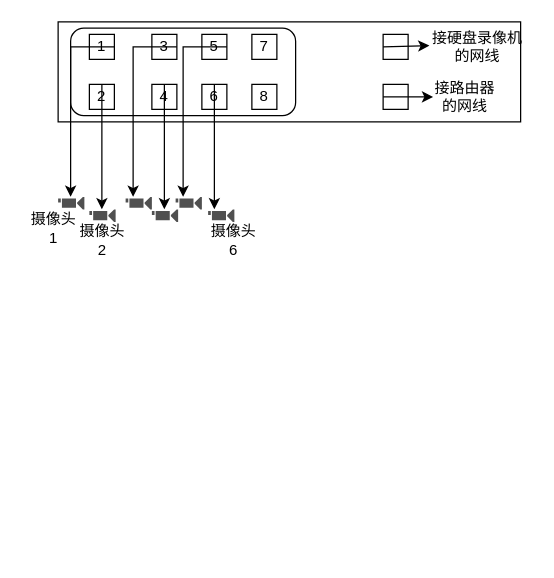
UTOUUCENTER-CD/Wendy-of-Docs keeps this draw.io diagram as 习惯的养成.drawio. Above is the earlier version. Source tidied: cells renumbered, new cells numbered last; positions are measured from the earlier drawing's top-left corner, leaving out a move shared by most shapes. Both pictures are drawn from the tidied source at 125%, with x=0, y=0 at pixel (21, 21).
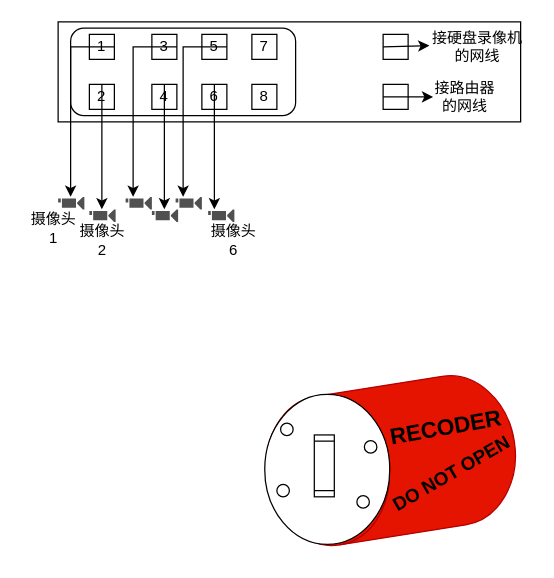
Above is the later version.

Commit message:
Update 习惯的养成.drawio

Diff of the diagram source:
```diff
@@
+    <mxCell id="33" style="shape=cylinder3;whiteSpace=wrap;html=1;boundedLbl=1;backgroundOutline=1;size=48.9200607672401;rotation=-99;fillColor=#e51400;fontColor=#ffffff;strokeColor=#B20000;" parent="1" vertex="1">
+      <mxGeometry x="235" y="251" width="120.3" height="200" as="geometry" />
+    </mxCell>
+    <mxCell id="34" style="ellipse;whiteSpace=wrap;html=1;rotation=90;" parent="1" vertex="1">
+      <mxGeometry x="184.3" y="308" width="120" height="100" as="geometry" />
+    </mxCell>
+    <mxCell id="35" style="ellipse;whiteSpace=wrap;html=1;" parent="1" vertex="1">
+      <mxGeometry x="204" y="370" width="10" height="10" as="geometry" />
+    </mxCell>
+    <mxCell id="36" style="ellipse;whiteSpace=wrap;html=1;" parent="1" vertex="1">
+      <mxGeometry x="207" y="321" width="10" height="10" as="geometry" />
+    </mxCell>
+    <mxCell id="37" style="ellipse;whiteSpace=wrap;html=1;" parent="1" vertex="1">
+      <mxGeometry x="274" y="335" width="10" height="10" as="geometry" />
+    </mxCell>
+    <mxCell id="38" style="ellipse;whiteSpace=wrap;html=1;" parent="1" vertex="1">
+      <mxGeometry x="268" y="379" width="10" height="10" as="geometry" />
+    </mxCell>
+    <mxCell id="39" style="shape=process;whiteSpace=wrap;html=1;backgroundOutline=1;rotation=-90;" parent="1" vertex="1">
+      <mxGeometry x="217.2" y="347.2" width="49.5" height="16" as="geometry" />
+    </mxCell>
+    <mxCell id="40" value="&lt;b&gt;&lt;font style=&quot;font-size: 18px&quot;&gt;RECODER&lt;/font&gt;&lt;/b&gt;" style="text;html=1;align=center;verticalAlign=middle;strokeColor=none;fillColor=none;rotation=-10;" parent="1" vertex="1">
+      <mxGeometry x="284" y="315" width="110" height="20" as="geometry" />
+    </mxCell>
+    <mxCell id="41" value="&lt;font style=&quot;font-size: 15px&quot; color=&quot;#000000&quot;&gt;&lt;b&gt;DO NOT OPEN&lt;/b&gt;&lt;/font&gt;" style="text;html=1;align=center;verticalAlign=middle;strokeColor=none;fillColor=none;fontSize=18;fontColor=#FFFFFF;rotation=-30;" parent="1" vertex="1">
+      <mxGeometry x="283" y="346" width="120" height="30" as="geometry" />
+    </mxCell>
```
